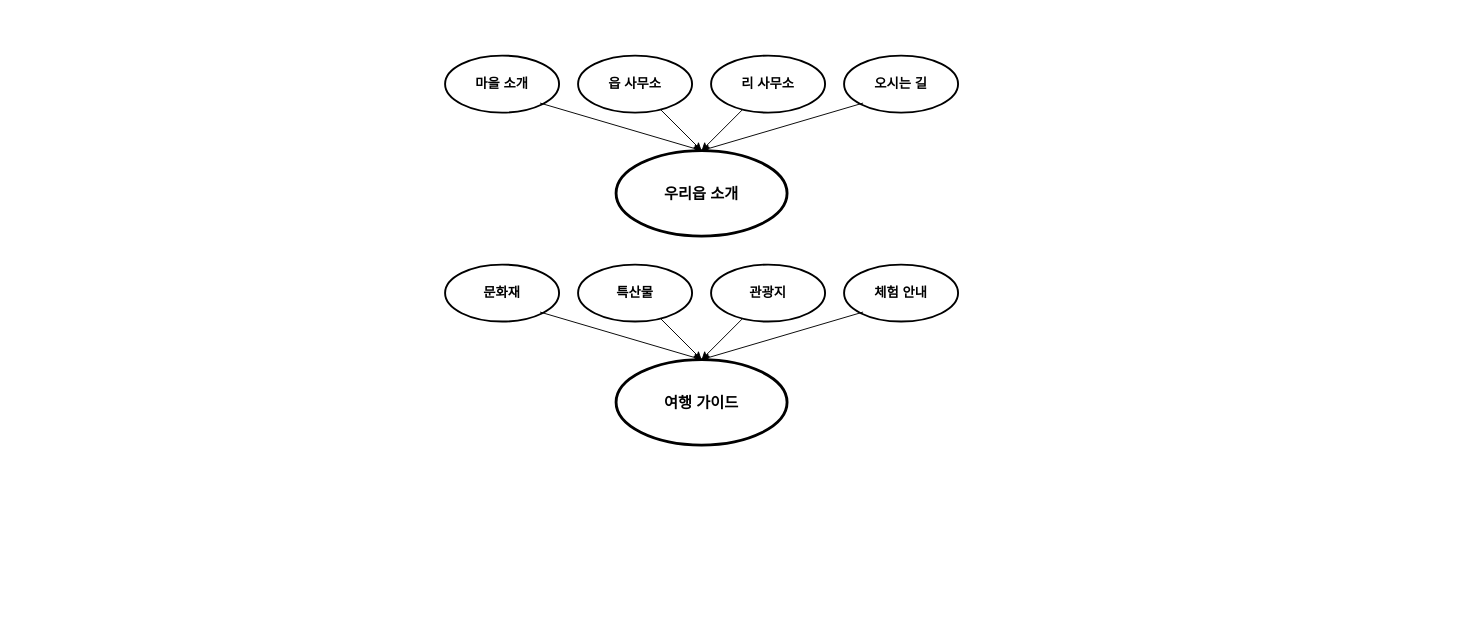
Before: design/erd.drawio in hwan9207/pro01, a draw.io diagram. Source tidied: cells renumbered, new cells numbered last; positions are measured from the earlier drawing's top-left corner, leaving out a move shared by most shapes. Both pictures are drawn from the tidied source at 95%, with x=0, y=0 at pixel (445, 55).
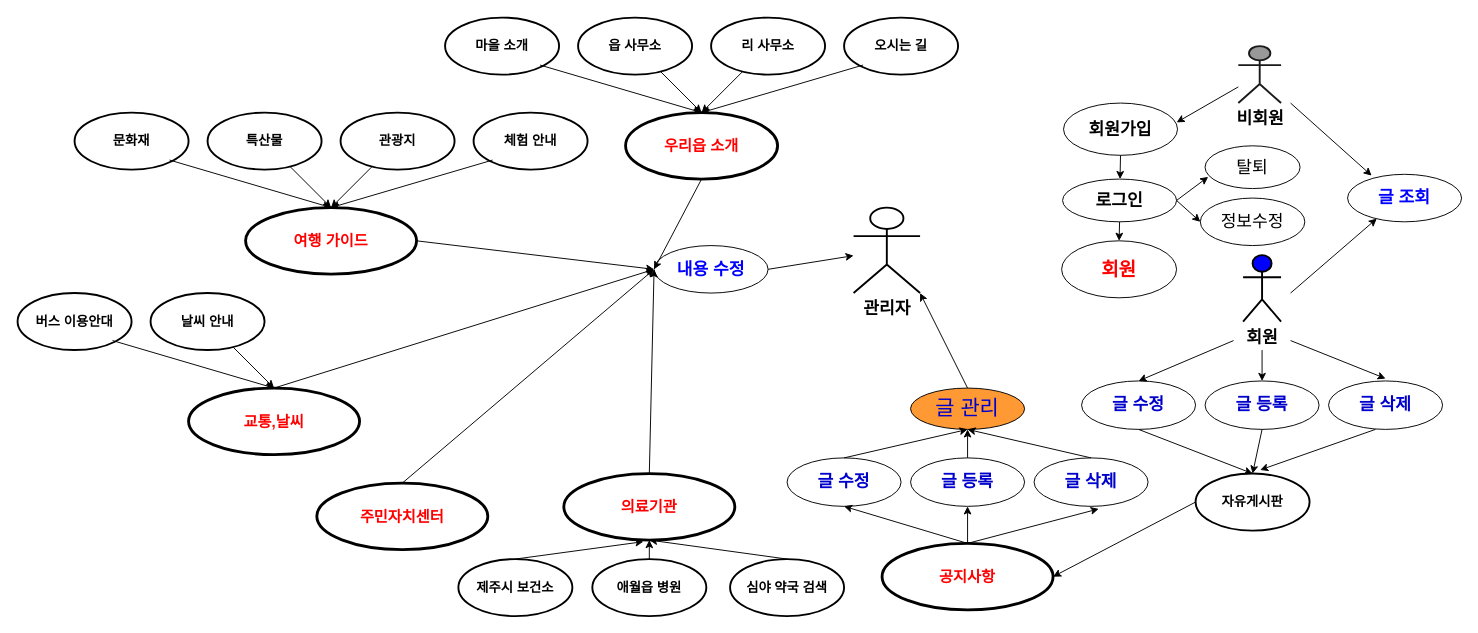
The same diagram, later.

Change to the diagram source:
```diff
@@
-    <mxCell id="2" value="&lt;font style=&quot;font-size: 16px;&quot;&gt;&lt;b&gt;우리읍 소개&lt;/b&gt;&lt;/font&gt;" style="ellipse;whiteSpace=wrap;html=1;strokeWidth=3;" parent="1" vertex="1">
-      <mxGeometry x="180" y="100" width="180" height="90" as="geometry" />
+    <mxCell id="2" value="&lt;font color=&quot;#ff0000&quot; style=&quot;font-size: 16px;&quot;&gt;&lt;b&gt;우리읍 소개&lt;/b&gt;&lt;/font&gt;" style="ellipse;whiteSpace=wrap;html=1;strokeWidth=3;" parent="1" vertex="1">
+      <mxGeometry x="190" y="60" width="160" height="70" as="geometry" />
     </mxCell>
     <mxCell id="3" value="&lt;font style=&quot;font-size: 14px;&quot;&gt;&lt;b&gt;마을 소개&lt;/b&gt;&lt;/font&gt;" style="ellipse;whiteSpace=wrap;html=1;strokeWidth=2;" parent="1" vertex="1">
-      <mxGeometry width="120" height="60" as="geometry" />
+      <mxGeometry y="-40" width="120" height="60" as="geometry" />
     </mxCell>
     <mxCell id="4" value="&lt;font style=&quot;font-size: 14px;&quot;&gt;&lt;b&gt;읍 사무소&lt;/b&gt;&lt;/font&gt;" style="ellipse;whiteSpace=wrap;html=1;strokeWidth=2;" parent="1" vertex="1">
-      <mxGeometry x="140" width="120" height="60" as="geometry" />
+      <mxGeometry x="140" y="-40" width="120" height="60" as="geometry" />
     </mxCell>
     <mxCell id="5" value="&lt;font style=&quot;font-size: 14px;&quot;&gt;&lt;b&gt;리 사무소&lt;/b&gt;&lt;/font&gt;" style="ellipse;whiteSpace=wrap;html=1;strokeWidth=2;" parent="1" vertex="1">
-      <mxGeometry x="280" width="120" height="60" as="geometry" />
+      <mxGeometry x="280" y="-40" width="120" height="60" as="geometry" />
     </mxCell>
     <mxCell id="6" value="&lt;font style=&quot;font-size: 14px;&quot;&gt;&lt;b&gt;오시는 길&lt;/b&gt;&lt;/font&gt;" style="ellipse;whiteSpace=wrap;html=1;strokeWidth=2;" parent="1" vertex="1">
-      <mxGeometry x="420" width="120" height="60" as="geometry" />
+      <mxGeometry x="420" y="-40" width="120" height="60" as="geometry" />
     </mxCell>
     <mxCell id="7" style="endArrow=classic;html=1;rounded=0;entryX=0.5;entryY=0;entryDx=0;entryDy=0;" parent="1" edge="1" target="2">
       <mxGeometry relative="1" as="geometry">
-        <mxPoint x="100" y="50" as="sourcePoint" />
+        <mxPoint x="100" y="10" as="sourcePoint" />
       </mxGeometry>
     </mxCell>
     <mxCell id="8" style="endArrow=classic;html=1;rounded=0;entryX=0.5;entryY=0;entryDx=0;entryDy=0;" parent="1" edge="1" target="2">
       <mxGeometry relative="1" as="geometry">
-        <mxPoint x="440" y="50" as="sourcePoint" />
+        <mxPoint x="440" y="10" as="sourcePoint" />
       </mxGeometry>
     </mxCell>
     <mxCell id="9" style="endArrow=classic;html=1;rounded=0;" parent="1" edge="1" source="4">
       <mxGeometry relative="1" as="geometry">
-        <mxPoint x="270" y="100" as="targetPoint" />
+        <mxPoint x="270" y="60" as="targetPoint" />
       </mxGeometry>
     </mxCell>
     <mxCell id="10" style="endArrow=classic;html=1;rounded=0;" parent="1" edge="1" source="5">
       <mxGeometry relative="1" as="geometry">
-        <mxPoint x="270" y="100" as="targetPoint" />
+        <mxPoint x="270" y="60" as="targetPoint" />
       </mxGeometry>
     </mxCell>
-    <mxCell id="11" value="&lt;span style=&quot;font-size: 16px;&quot;&gt;&lt;b&gt;여행 가이드&lt;/b&gt;&lt;/span&gt;" style="ellipse;whiteSpace=wrap;html=1;strokeWidth=3;" parent="1" vertex="1">
-      <mxGeometry x="180" y="320" width="180" height="90" as="geometry" />
+    <mxCell id="11" value="&lt;span style=&quot;font-size: 16px;&quot;&gt;&lt;b&gt;&lt;font color=&quot;#ff0000&quot;&gt;여행 가이드&lt;/font&gt;&lt;/b&gt;&lt;/span&gt;" style="ellipse;whiteSpace=wrap;html=1;strokeWidth=3;" parent="1" vertex="1">
+      <mxGeometry x="-210" y="160" width="180" height="70" as="geometry" />
     </mxCell>
     <mxCell id="12" value="&lt;font style=&quot;font-size: 14px;&quot;&gt;&lt;b&gt;문화재&lt;/b&gt;&lt;/font&gt;" style="ellipse;whiteSpace=wrap;html=1;strokeWidth=2;" parent="1" vertex="1">
-      <mxGeometry y="220" width="120" height="60" as="geometry" />
+      <mxGeometry x="-390" y="60" width="120" height="60" as="geometry" />
     </mxCell>
     <mxCell id="13" value="&lt;font style=&quot;font-size: 14px;&quot;&gt;&lt;b&gt;특산물&lt;/b&gt;&lt;/font&gt;" style="ellipse;whiteSpace=wrap;html=1;strokeWidth=2;" parent="1" vertex="1">
-      <mxGeometry x="140" y="220" width="120" height="60" as="geometry" />
+      <mxGeometry x="-250" y="60" width="120" height="60" as="geometry" />
     </mxCell>
     <mxCell id="14" value="&lt;font style=&quot;font-size: 14px;&quot;&gt;&lt;b&gt;체험 안내&lt;/b&gt;&lt;/font&gt;" style="ellipse;whiteSpace=wrap;html=1;strokeWidth=2;" parent="1" vertex="1">
-      <mxGeometry x="420" y="220" width="120" height="60" as="geometry" />
+      <mxGeometry x="30" y="60" width="120" height="60" as="geometry" />
     </mxCell>
     <mxCell id="15" value="&lt;font style=&quot;font-size: 14px;&quot;&gt;&lt;b&gt;관광지&lt;/b&gt;&lt;/font&gt;" style="ellipse;whiteSpace=wrap;html=1;strokeWidth=2;" parent="1" vertex="1">
-      <mxGeometry x="280" y="220" width="120" height="60" as="geometry" />
+      <mxGeometry x="-110" y="60" width="120" height="60" as="geometry" />
     </mxCell>
     <mxCell id="16" style="endArrow=classic;html=1;rounded=0;entryX=0.5;entryY=0;entryDx=0;entryDy=0;" parent="1" edge="1">
       <mxGeometry relative="1" as="geometry">
-        <mxPoint x="100" y="270" as="sourcePoint" />
-        <mxPoint x="270" y="320" as="targetPoint" />
+        <mxPoint x="-290" y="110" as="sourcePoint" />
+        <mxPoint x="-120" y="160" as="targetPoint" />
       </mxGeometry>
     </mxCell>
     <mxCell id="17" style="endArrow=classic;html=1;rounded=0;" parent="1" edge="1">
       <mxGeometry relative="1" as="geometry">
-        <mxPoint x="227" y="277" as="sourcePoint" />
-        <mxPoint x="270" y="320" as="targetPoint" />
+        <mxPoint x="-163" y="117" as="sourcePoint" />
+        <mxPoint x="-120" y="160" as="targetPoint" />
       </mxGeometry>
     </mxCell>
     <mxCell id="18" style="endArrow=classic;html=1;rounded=0;" parent="1" edge="1">
       <mxGeometry relative="1" as="geometry">
-        <mxPoint x="313" y="277" as="sourcePoint" />
-        <mxPoint x="270" y="320" as="targetPoint" />
+        <mxPoint x="-77" y="117" as="sourcePoint" />
+        <mxPoint x="-120" y="160" as="targetPoint" />
       </mxGeometry>
     </mxCell>
     <mxCell id="19" style="endArrow=classic;html=1;rounded=0;entryX=0.5;entryY=0;entryDx=0;entryDy=0;" parent="1" edge="1">
       <mxGeometry relative="1" as="geometry">
-        <mxPoint x="440" y="270" as="sourcePoint" />
-        <mxPoint x="270" y="320" as="targetPoint" />
+        <mxPoint x="50" y="110" as="sourcePoint" />
+        <mxPoint x="-120" y="160" as="targetPoint" />
       </mxGeometry>
     </mxCell>
+    <mxCell id="20" value="&lt;font style=&quot;font-size: 18px;&quot;&gt;&lt;b&gt;관리자&lt;/b&gt;&lt;/font&gt;" style="shape=umlActor;verticalLabelPosition=bottom;verticalAlign=top;html=1;outlineConnect=0;strokeWidth=2;" parent="1" vertex="1">
+      <mxGeometry x="430" y="160" width="70" height="90" as="geometry" />
+    </mxCell>
+    <mxCell id="21" style="edgeStyle=orthogonalEdgeStyle;rounded=0;orthogonalLoop=1;jettySize=auto;html=1;exitX=0.5;exitY=1;exitDx=0;exitDy=0;" parent="1" edge="1" source="11" target="11">
+      <mxGeometry relative="1" as="geometry" />
+    </mxCell>
+    <mxCell id="22" value="&lt;font style=&quot;font-size: 14px;&quot;&gt;&lt;b&gt;버스 이용안대&lt;/b&gt;&lt;/font&gt;" style="ellipse;whiteSpace=wrap;html=1;strokeWidth=2;" parent="1" vertex="1">
+      <mxGeometry x="-450" y="250" width="120" height="60" as="geometry" />
+    </mxCell>
+    <mxCell id="23" value="&lt;font style=&quot;font-size: 14px;&quot;&gt;&lt;b&gt;날씨 안내&lt;/b&gt;&lt;/font&gt;" style="ellipse;whiteSpace=wrap;html=1;strokeWidth=2;" parent="1" vertex="1">
+      <mxGeometry x="-310" y="250" width="120" height="60" as="geometry" />
+    </mxCell>
+    <mxCell id="24" style="endArrow=classic;html=1;rounded=0;entryX=0.5;entryY=0;entryDx=0;entryDy=0;" parent="1" edge="1">
+      <mxGeometry relative="1" as="geometry">
+        <mxPoint x="-350" y="300" as="sourcePoint" />
+        <mxPoint x="-180" y="350" as="targetPoint" />
+      </mxGeometry>
+    </mxCell>
+    <mxCell id="25" style="endArrow=classic;html=1;rounded=0;" parent="1" edge="1">
+      <mxGeometry relative="1" as="geometry">
+        <mxPoint x="-223" y="307" as="sourcePoint" />
+        <mxPoint x="-180" y="350" as="targetPoint" />
+      </mxGeometry>
+    </mxCell>
+    <mxCell id="26" value="&lt;span style=&quot;font-size: 16px;&quot;&gt;&lt;b&gt;&lt;font color=&quot;#ff0000&quot;&gt;교통,날씨&lt;/font&gt;&lt;/b&gt;&lt;/span&gt;" style="ellipse;whiteSpace=wrap;html=1;strokeWidth=3;" parent="1" vertex="1">
+      <mxGeometry x="-270" y="350" width="180" height="70" as="geometry" />
+    </mxCell>
+    <mxCell id="27" value="&lt;font style=&quot;font-size: 14px;&quot;&gt;&lt;b&gt;제주시 보건소&lt;/b&gt;&lt;/font&gt;" style="ellipse;whiteSpace=wrap;html=1;strokeWidth=2;" parent="1" vertex="1">
+      <mxGeometry x="14" y="530" width="120" height="60" as="geometry" />
+    </mxCell>
+    <mxCell id="28" value="&lt;font style=&quot;font-size: 14px;&quot;&gt;&lt;b&gt;애월읍 병원&lt;/b&gt;&lt;/font&gt;" style="ellipse;whiteSpace=wrap;html=1;strokeWidth=2;" parent="1" vertex="1">
+      <mxGeometry x="155" y="530" width="120" height="60" as="geometry" />
+    </mxCell>
+    <mxCell id="29" value="&lt;font style=&quot;font-size: 14px;&quot;&gt;&lt;b&gt;심야 약국 검색&lt;/b&gt;&lt;/font&gt;" style="ellipse;whiteSpace=wrap;html=1;strokeWidth=2;" parent="1" vertex="1">
+      <mxGeometry x="300" y="530" width="120" height="60" as="geometry" />
+    </mxCell>
+    <mxCell id="30" value="&lt;span style=&quot;font-size: 16px;&quot;&gt;&lt;b&gt;&lt;font color=&quot;#ff0000&quot;&gt;주민자치센터&lt;/font&gt;&lt;/b&gt;&lt;/span&gt;" style="ellipse;whiteSpace=wrap;html=1;strokeWidth=3;" parent="1" vertex="1">
+      <mxGeometry x="-135" y="450" width="180" height="70" as="geometry" />
+    </mxCell>
+    <mxCell id="31" value="&lt;span style=&quot;font-size: 16px;&quot;&gt;&lt;b&gt;&lt;font color=&quot;#ff0000&quot;&gt;공지사항&lt;/font&gt;&lt;/b&gt;&lt;/span&gt;" style="ellipse;whiteSpace=wrap;html=1;strokeWidth=3;" parent="1" vertex="1">
+      <mxGeometry x="460" y="513.5" width="180" height="70" as="geometry" />
+    </mxCell>
+    <mxCell id="32" value="&lt;font style=&quot;font-size: 14px;&quot;&gt;&lt;b&gt;자유게시판&lt;/b&gt;&lt;/font&gt;" style="ellipse;whiteSpace=wrap;html=1;strokeWidth=2;" parent="1" vertex="1">
+      <mxGeometry x="790" y="440" width="120" height="60" as="geometry" />
+    </mxCell>
+    <mxCell id="33" value="&lt;font color=&quot;#0000ff&quot; style=&quot;font-size: 18px;&quot;&gt;&lt;b&gt;내용 수정&lt;/b&gt;&lt;/font&gt;" style="ellipse;whiteSpace=wrap;html=1;" parent="1" vertex="1">
+      <mxGeometry x="220" y="200" width="120" height="50" as="geometry" />
+    </mxCell>
+    <mxCell id="34" style="endArrow=classic;html=1;rounded=0;entryX=0;entryY=0.5;entryDx=0;entryDy=0;exitX=0.5;exitY=1;exitDx=0;exitDy=0;" parent="1" edge="1" source="2" target="33">
+      <mxGeometry relative="1" as="geometry" />
+    </mxCell>
+    <mxCell id="35" style="endArrow=classic;html=1;rounded=0;entryX=0;entryY=0.5;entryDx=0;entryDy=0;exitX=1;exitY=0.5;exitDx=0;exitDy=0;" parent="1" edge="1" source="11" target="33">
+      <mxGeometry relative="1" as="geometry" />
+    </mxCell>
+    <mxCell id="36" style="endArrow=classic;html=1;rounded=0;exitX=1;exitY=0.5;exitDx=0;exitDy=0;" parent="1" edge="1" source="33" target="20">
+      <mxGeometry relative="1" as="geometry" />
+    </mxCell>
+    <mxCell id="37" value="글 수정" style="ellipse;whiteSpace=wrap;html=1;fontSize=18;fontColor=#0000CC;fontStyle=1;" parent="1" vertex="1">
+      <mxGeometry x="360" y="423.5" width="120" height="51" as="geometry" />
+    </mxCell>
+    <mxCell id="38" value="글 등록" style="ellipse;whiteSpace=wrap;html=1;fontSize=18;fontColor=#0000CC;fontStyle=1;" parent="1" vertex="1">
+      <mxGeometry x="490" y="423.5" width="120" height="51" as="geometry" />
+    </mxCell>
+    <mxCell id="39" value="글 삭제" style="ellipse;whiteSpace=wrap;html=1;fontSize=18;fontColor=#0000CC;fontStyle=1;" parent="1" vertex="1">
+      <mxGeometry x="620" y="423.5" width="120" height="51" as="geometry" />
+    </mxCell>
+    <mxCell id="40" value="&lt;font style=&quot;font-size: 22px;&quot; color=&quot;#0000cc&quot;&gt;글 관리&lt;/font&gt;" style="ellipse;whiteSpace=wrap;html=1;fillColor=#FF9933;" parent="1" vertex="1">
+      <mxGeometry x="490" y="350" width="120" height="43.5" as="geometry" />
+    </mxCell>
+    <mxCell id="41" value="&lt;font style=&quot;font-size: 18px;&quot;&gt;로그인&lt;/font&gt;" style="ellipse;whiteSpace=wrap;html=1;fontColor=#000000;fontStyle=1;fontSize=18;" parent="1" vertex="1">
+      <mxGeometry x="650" y="130" width="120" height="45" as="geometry" />
+    </mxCell>
+    <mxCell id="42" value="&lt;font style=&quot;font-size: 18px;&quot;&gt;회원가입&lt;/font&gt;" style="ellipse;whiteSpace=wrap;html=1;fontColor=#000000;fontStyle=1;fontSize=18;" parent="1" vertex="1">
+      <mxGeometry x="651" y="50" width="120" height="55" as="geometry" />
+    </mxCell>
+    <mxCell id="43" value="&lt;font style=&quot;font-size: 18px;&quot;&gt;탈퇴&lt;/font&gt;" style="ellipse;whiteSpace=wrap;html=1;" parent="1" vertex="1">
+      <mxGeometry x="800" y="95" width="100" height="45" as="geometry" />
+    </mxCell>
+    <mxCell id="44" value="&lt;font style=&quot;font-size: 18px;&quot;&gt;정보수정&lt;/font&gt;" style="ellipse;whiteSpace=wrap;html=1;" parent="1" vertex="1">
+      <mxGeometry x="795" y="150" width="110" height="50" as="geometry" />
+    </mxCell>
+    <mxCell id="45" value="회원" style="ellipse;whiteSpace=wrap;html=1;fontSize=20;fontColor=#FF0000;fontStyle=1;" parent="1" vertex="1">
+      <mxGeometry x="649" y="195" width="121" height="60" as="geometry" />
+    </mxCell>
+    <mxCell id="46" value="&lt;font style=&quot;font-size: 18px;&quot;&gt;&lt;b&gt;회원&lt;/b&gt;&lt;/font&gt;&lt;div&gt;&lt;span style=&quot;font-size: 18px;&quot;&gt;&lt;b&gt;&lt;br&gt;&lt;/b&gt;&lt;/span&gt;&lt;div&gt;&lt;font style=&quot;font-size: 18px;&quot;&gt;&lt;b&gt;&lt;br&gt;&lt;/b&gt;&lt;/font&gt;&lt;/div&gt;&lt;/div&gt;" style="shape=umlActor;verticalLabelPosition=bottom;verticalAlign=top;html=1;strokeWidth=2;fillColor=#0000FF;" parent="1" vertex="1">
+      <mxGeometry x="840" y="210" width="40" height="70" as="geometry" />
+    </mxCell>
+    <mxCell id="47" value="&lt;div&gt;&lt;font style=&quot;font-size: 18px;&quot;&gt;&lt;b&gt;비회원&lt;/b&gt;&lt;/font&gt;&lt;/div&gt;" style="shape=umlActor;verticalLabelPosition=bottom;verticalAlign=top;html=1;outlineConnect=0;strokeWidth=2;strokeColor=#1A1A1A;fillColor=#999999;" parent="1" vertex="1">
+      <mxGeometry x="835" y="-10" width="45" height="60" as="geometry" />
+    </mxCell>
+    <mxCell id="48" style="endArrow=classic;html=1;rounded=0;exitX=0.5;exitY=0;exitDx=0;exitDy=0;entryX=0;entryY=0.5;entryDx=0;entryDy=0;" parent="1" edge="1" source="26" target="33">
+      <mxGeometry relative="1" as="geometry" />
+    </mxCell>
+    <mxCell id="49" style="endArrow=classic;html=1;rounded=0;exitX=0.5;exitY=0;exitDx=0;exitDy=0;" parent="1" edge="1" source="53">
+      <mxGeometry relative="1" as="geometry">
+        <mxPoint x="155" y="490" as="targetPoint" />
+      </mxGeometry>
+    </mxCell>
+    <mxCell id="50" style="endArrow=classic;html=1;rounded=0;exitX=0.5;exitY=0;exitDx=0;exitDy=0;entryX=0.5;entryY=1;entryDx=0;entryDy=0;" parent="1" edge="1" source="28" target="53">
+      <mxGeometry relative="1" as="geometry" />
+    </mxCell>
+    <mxCell id="51" style="endArrow=classic;html=1;rounded=0;entryX=0.5;entryY=1;entryDx=0;entryDy=0;exitX=0.5;exitY=0;exitDx=0;exitDy=0;" parent="1" edge="1" source="29" target="53">
+      <mxGeometry relative="1" as="geometry" />
+    </mxCell>
+    <mxCell id="52" style="endArrow=classic;html=1;rounded=0;exitX=0.5;exitY=0;exitDx=0;exitDy=0;entryX=0.465;entryY=1.024;entryDx=0;entryDy=0;entryPerimeter=0;" parent="1" edge="1" source="27" target="53">
+      <mxGeometry relative="1" as="geometry" />
+    </mxCell>
+    <mxCell id="53" value="&lt;span style=&quot;font-size: 16px;&quot;&gt;&lt;b&gt;&lt;font color=&quot;#ff0000&quot;&gt;의료기관&lt;/font&gt;&lt;/b&gt;&lt;/span&gt;" style="ellipse;whiteSpace=wrap;html=1;strokeWidth=3;" parent="1" vertex="1">
+      <mxGeometry x="125" y="440" width="180" height="70" as="geometry" />
+    </mxCell>
+    <mxCell id="54" style="endArrow=classic;html=1;rounded=0;exitX=0.5;exitY=0;exitDx=0;exitDy=0;entryX=0;entryY=0.5;entryDx=0;entryDy=0;" parent="1" edge="1" source="30" target="33">
+      <mxGeometry relative="1" as="geometry" />
+    </mxCell>
+    <mxCell id="55" style="endArrow=classic;html=1;rounded=0;exitX=0.5;exitY=0;exitDx=0;exitDy=0;entryX=0;entryY=0.5;entryDx=0;entryDy=0;" parent="1" edge="1" source="53" target="33">
+      <mxGeometry relative="1" as="geometry" />
+    </mxCell>
+    <mxCell id="56" value="&lt;font color=&quot;#0000ff&quot; style=&quot;font-size: 18px;&quot;&gt;&lt;b&gt;글 조회&lt;/b&gt;&lt;/font&gt;" style="ellipse;whiteSpace=wrap;html=1;" parent="1" vertex="1">
+      <mxGeometry x="950" y="125" width="120" height="50" as="geometry" />
+    </mxCell>
+    <mxCell id="57" style="endArrow=classic;html=1;rounded=0;exitX=0;exitY=0.5;exitDx=0;exitDy=0;entryX=1;entryY=0.5;entryDx=0;entryDy=0;" parent="1" edge="1" source="32" target="31">
+      <mxGeometry relative="1" as="geometry" />
+    </mxCell>
+    <mxCell id="58" style="endArrow=classic;html=1;rounded=0;entryX=1;entryY=1;entryDx=0;entryDy=0;entryPerimeter=0;exitX=0.5;exitY=0;exitDx=0;exitDy=0;" parent="1" edge="1" source="40" target="20">
+      <mxGeometry relative="1" as="geometry" />
+    </mxCell>
+    <mxCell id="59" style="endArrow=classic;html=1;rounded=0;entryX=0.5;entryY=1;entryDx=0;entryDy=0;exitX=0.5;exitY=0;exitDx=0;exitDy=0;" parent="1" edge="1" source="39" target="40">
+      <mxGeometry relative="1" as="geometry" />
+    </mxCell>
+    <mxCell id="60" style="endArrow=classic;html=1;rounded=0;exitX=0.5;exitY=0;exitDx=0;exitDy=0;entryX=0.5;entryY=1;entryDx=0;entryDy=0;" parent="1" edge="1" source="38" target="40">
+      <mxGeometry relative="1" as="geometry" />
+    </mxCell>
+    <mxCell id="61" style="endArrow=classic;html=1;rounded=0;entryX=0.5;entryY=1;entryDx=0;entryDy=0;exitX=0.5;exitY=0;exitDx=0;exitDy=0;" parent="1" edge="1" source="37" target="40">
+      <mxGeometry relative="1" as="geometry" />
+    </mxCell>
+    <mxCell id="62" style="endArrow=classic;html=1;rounded=0;exitX=0.5;exitY=0;exitDx=0;exitDy=0;entryX=0.5;entryY=1;entryDx=0;entryDy=0;" parent="1" edge="1" source="31" target="37">
+      <mxGeometry relative="1" as="geometry" />
+    </mxCell>
+    <mxCell id="63" style="endArrow=classic;html=1;rounded=0;" parent="1" edge="1" target="38">
+      <mxGeometry relative="1" as="geometry">
+        <mxPoint x="550" y="513.5" as="sourcePoint" />
+      </mxGeometry>
+    </mxCell>
+    <mxCell id="64" style="endArrow=classic;html=1;rounded=0;exitX=0.5;exitY=0;exitDx=0;exitDy=0;entryX=0.567;entryY=1.052;entryDx=0;entryDy=0;entryPerimeter=0;" parent="1" edge="1" source="31" target="39">
+      <mxGeometry relative="1" as="geometry" />
+    </mxCell>
+    <mxCell id="65" value="글 수정" style="ellipse;whiteSpace=wrap;html=1;fontSize=18;fontColor=#0000CC;fontStyle=1;" parent="1" vertex="1">
+      <mxGeometry x="670" y="342.5" width="120" height="51" as="geometry" />
+    </mxCell>
+    <mxCell id="66" value="글 등록" style="ellipse;whiteSpace=wrap;html=1;fontSize=18;fontColor=#0000CC;fontStyle=1;" parent="1" vertex="1">
+      <mxGeometry x="800" y="342.5" width="120" height="51" as="geometry" />
+    </mxCell>
+    <mxCell id="67" value="글 삭제" style="ellipse;whiteSpace=wrap;html=1;fontSize=18;fontColor=#0000CC;fontStyle=1;" parent="1" vertex="1">
+      <mxGeometry x="930" y="342.5" width="120" height="51" as="geometry" />
+    </mxCell>
+    <mxCell id="68" style="endArrow=classic;html=1;rounded=0;entryX=0.5;entryY=0;entryDx=0;entryDy=0;" parent="1" edge="1" target="65">
+      <mxGeometry relative="1" as="geometry">
+        <mxPoint x="830" y="300" as="sourcePoint" />
+      </mxGeometry>
+    </mxCell>
+    <mxCell id="69" style="endArrow=classic;html=1;rounded=0;" parent="1" edge="1" target="66">
+      <mxGeometry relative="1" as="geometry">
+        <mxPoint x="860" y="310" as="sourcePoint" />
+      </mxGeometry>
+    </mxCell>
+    <mxCell id="70" style="endArrow=classic;html=1;rounded=0;" parent="1" edge="1">
+      <mxGeometry relative="1" as="geometry">
+        <mxPoint x="890" y="300" as="sourcePoint" />
+        <mxPoint x="990" y="340" as="targetPoint" />
+      </mxGeometry>
+    </mxCell>
+    <mxCell id="71" style="endArrow=classic;html=1;rounded=0;exitX=0.5;exitY=1;exitDx=0;exitDy=0;entryX=0.5;entryY=0;entryDx=0;entryDy=0;" parent="1" edge="1" source="66" target="32">
+      <mxGeometry relative="1" as="geometry" />
+    </mxCell>
+    <mxCell id="72" style="endArrow=classic;html=1;rounded=0;exitX=0.411;exitY=1.121;exitDx=0;exitDy=0;exitPerimeter=0;entryX=0.567;entryY=0.039;entryDx=0;entryDy=0;entryPerimeter=0;" parent="1" edge="1">
+      <mxGeometry relative="1" as="geometry">
+        <mxPoint x="979.3" y="393.5" as="sourcePoint" />
+        <mxPoint x="858" y="436.2" as="targetPoint" />
+      </mxGeometry>
+    </mxCell>
+    <mxCell id="73" style="endArrow=classic;html=1;rounded=0;exitX=0.5;exitY=1;exitDx=0;exitDy=0;" parent="1" edge="1" source="65">
+      <mxGeometry relative="1" as="geometry">
+        <mxPoint x="850" y="440" as="targetPoint" />
+      </mxGeometry>
+    </mxCell>
+    <mxCell id="74" style="endArrow=classic;html=1;rounded=0;entryX=0.211;entryY=0.027;entryDx=0;entryDy=0;entryPerimeter=0;" parent="1" edge="1" target="56">
+      <mxGeometry relative="1" as="geometry">
+        <mxPoint x="890" y="50" as="sourcePoint" />
+      </mxGeometry>
+    </mxCell>
+    <mxCell id="75" style="endArrow=classic;html=1;rounded=0;exitX=0.5;exitY=1;exitDx=0;exitDy=0;entryX=0.5;entryY=0;entryDx=0;entryDy=0;" parent="1" edge="1" source="41" target="45">
+      <mxGeometry relative="1" as="geometry" />
+    </mxCell>
+    <mxCell id="76" style="endArrow=classic;html=1;rounded=0;exitX=1;exitY=0.5;exitDx=0;exitDy=0;entryX=0;entryY=0.5;entryDx=0;entryDy=0;" parent="1" edge="1" source="41" target="44">
+      <mxGeometry relative="1" as="geometry" />
+    </mxCell>
+    <mxCell id="77" style="endArrow=classic;html=1;rounded=0;exitX=1;exitY=0.5;exitDx=0;exitDy=0;entryX=0.033;entryY=0.726;entryDx=0;entryDy=0;entryPerimeter=0;" parent="1" edge="1" source="41" target="43">
+      <mxGeometry relative="1" as="geometry" />
+    </mxCell>
+    <mxCell id="78" style="endArrow=classic;html=1;rounded=0;exitX=0.5;exitY=1;exitDx=0;exitDy=0;" parent="1" edge="1" source="42" target="41">
+      <mxGeometry relative="1" as="geometry" />
+    </mxCell>
+    <mxCell id="79" style="endArrow=classic;html=1;rounded=0;entryX=0.992;entryY=0.37;entryDx=0;entryDy=0;entryPerimeter=0;" parent="1" edge="1" source="47" target="42">
+      <mxGeometry relative="1" as="geometry" />
+    </mxCell>
+    <mxCell id="80" style="endArrow=classic;html=1;rounded=0;entryX=0.256;entryY=0.933;entryDx=0;entryDy=0;entryPerimeter=0;" parent="1" edge="1" target="56">
+      <mxGeometry relative="1" as="geometry">
+        <mxPoint x="890" y="250" as="sourcePoint" />
+      </mxGeometry>
+    </mxCell>
```
